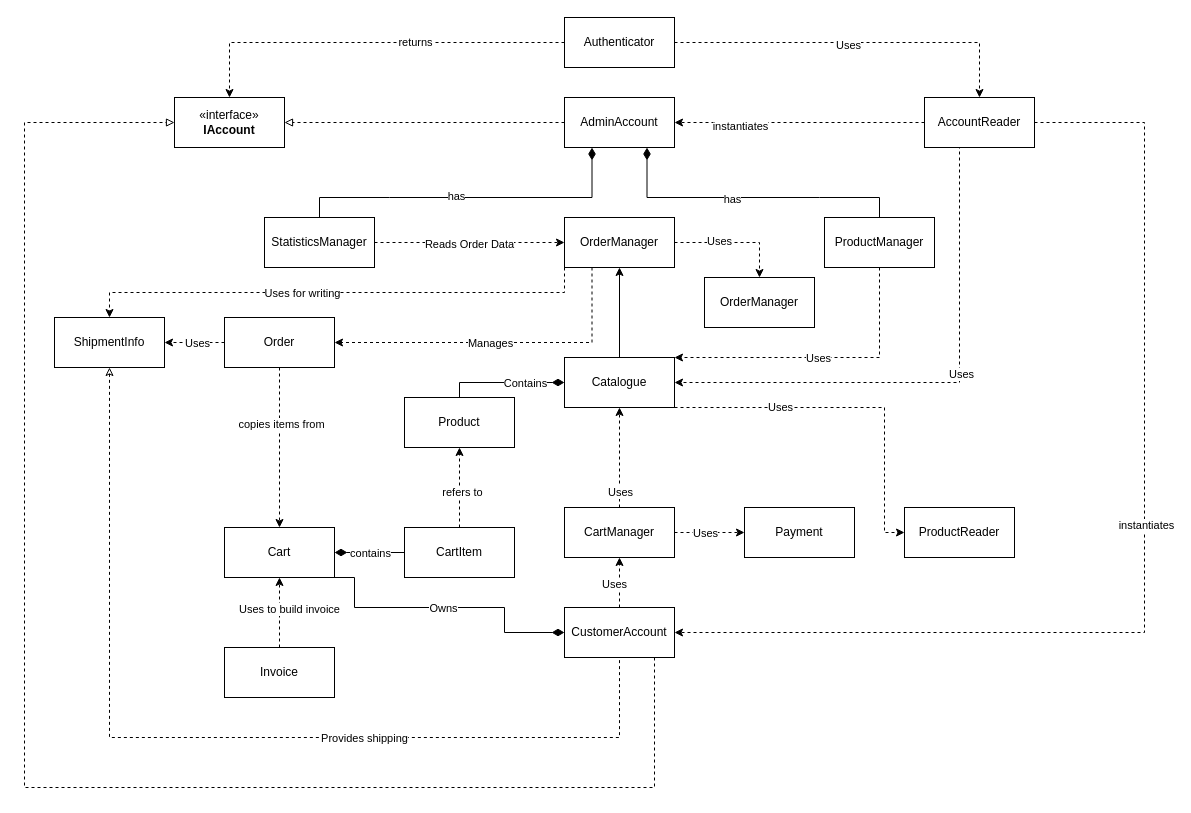
The draw.io diagram Documentation/Revised UML.drawio in Arunchakrey/software_archers, before the edit. Source tidied: cells renumbered, new cells numbered last; positions are measured from the earlier drawing's top-left corner, leaving out a move shared by most shapes. Both pictures are drawn from the tidied source at 100%, with x=0, y=0 at pixel (24, 17).
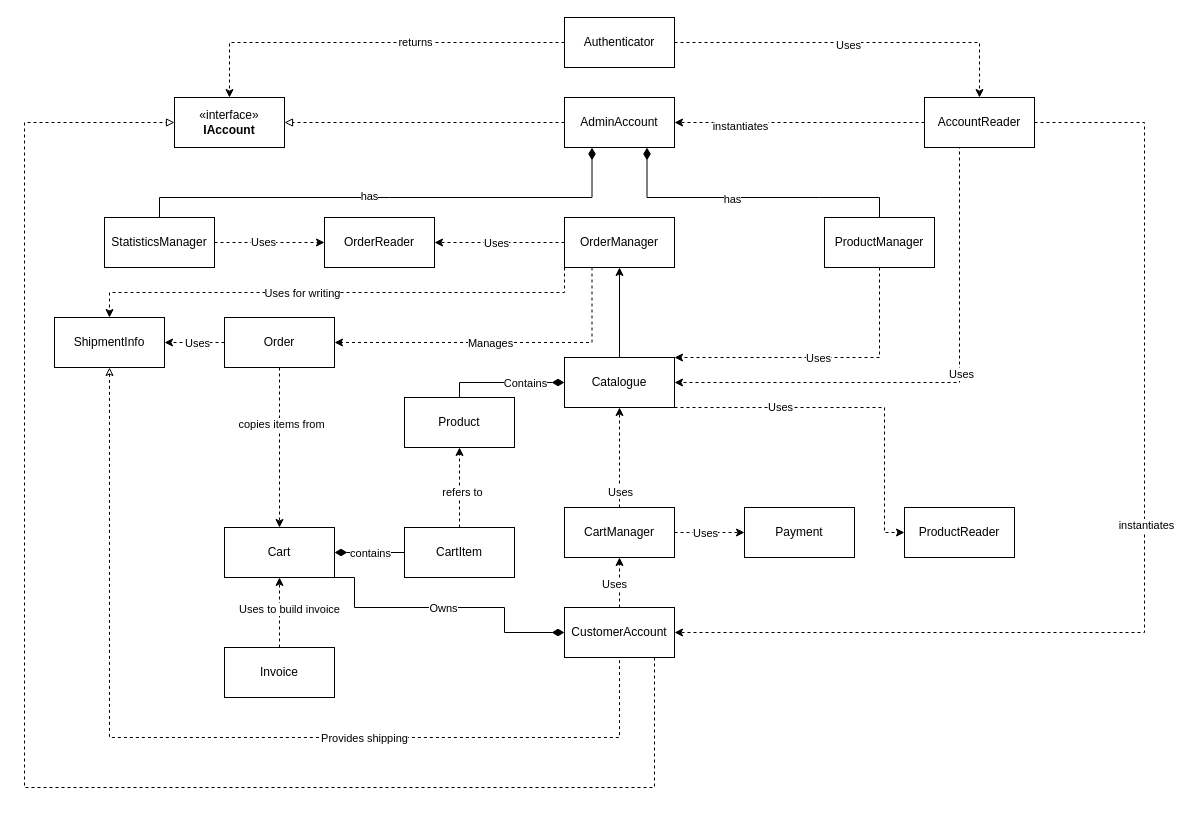
Above is the later version.

Unchanged cells that the change refers to:
```xml
<mxCell id="53" value="OrderManager" style="html=1;whiteSpace=wrap;" parent="1" vertex="1">
  <mxGeometry x="540" y="200" width="110" height="50" as="geometry" />
</mxCell>
```

What changed in the source:
```diff
@@
+    <mxCell id="72" style="edgeStyle=orthogonalEdgeStyle;rounded=0;jettySize=auto;html=1;exitX=1;exitY=0.5;exitDx=0;exitDy=0;entryX=0;entryY=0.5;entryDx=0;entryDy=0;dashed=1;" parent="1" edge="1" source="34" target="71">
+      <mxGeometry relative="1" as="geometry" />
+    </mxCell>
+    <mxCell id="73" value="Uses" style="edgeLabel;html=1;align=center;verticalAlign=middle;" parent="72" vertex="1">
+      <mxGeometry x="-0.13" y="1" relative="1" as="geometry" />
+    </mxCell>
     <mxCell id="34" value="StatisticsManager" style="html=1;whiteSpace=wrap;" parent="1" vertex="1">
-      <mxGeometry x="240" y="200" width="110" height="50" as="geometry" />
+      <mxGeometry x="80" y="200" width="110" height="50" as="geometry" />
     </mxCell>
-    <mxCell id="35" style="edgeStyle=orthogonalEdgeStyle;rounded=0;jettySize=auto;html=1;exitX=1;exitY=0.5;exitDx=0;exitDy=0;entryX=0;entryY=0.5;entryDx=0;entryDy=0;dashed=1;" parent="1" edge="1" source="34" target="53">
-      <mxGeometry relative="1" as="geometry">
-        <Array as="points">
-          <mxPoint x="500" y="225" />
-          <mxPoint x="500" y="225" />
-        </Array>
-      </mxGeometry>
-    </mxCell>
-    <mxCell id="36" value="Reads Order Data" style="edgeLabel;html=1;align=center;verticalAlign=middle;" parent="35" vertex="1">
-      <mxGeometry x="-0.01" y="-1" relative="1" as="geometry" />
-    </mxCell>
@@
-    <mxCell id="51" style="edgeStyle=orthogonalEdgeStyle;rounded=0;jettySize=auto;html=1;exitX=1;exitY=0.5;exitDx=0;exitDy=0;entryX=0.5;entryY=0;entryDx=0;entryDy=0;dashed=1;" parent="1" edge="1" source="53" target="71">
+    <mxCell id="51" style="edgeStyle=orthogonalEdgeStyle;rounded=0;jettySize=auto;html=1;exitX=0;exitY=0.5;exitDx=0;exitDy=0;entryX=1;entryY=0.5;entryDx=0;entryDy=0;dashed=1;" parent="1" edge="1" source="53" target="71">
       <mxGeometry relative="1" as="geometry" />
     </mxCell>
     <mxCell id="52" value="Uses" style="edgeLabel;html=1;align=center;verticalAlign=middle;" parent="51" vertex="1">
-      <mxGeometry x="-0.27" y="2" relative="1" as="geometry" />
+      <mxGeometry x="-0.27" y="2" relative="1" as="geometry">
+        <mxPoint x="-22" y="-2" as="offset" />
+      </mxGeometry>
     </mxCell>
@@
-    <mxCell id="71" value="OrderManager" style="html=1;whiteSpace=wrap;" parent="1" vertex="1">
-      <mxGeometry x="680" y="260" width="110" height="50" as="geometry" />
+    <mxCell id="71" value="OrderReader" style="html=1;whiteSpace=wrap;" parent="1" vertex="1">
+      <mxGeometry x="300" y="200" width="110" height="50" as="geometry" />
     </mxCell>
```
